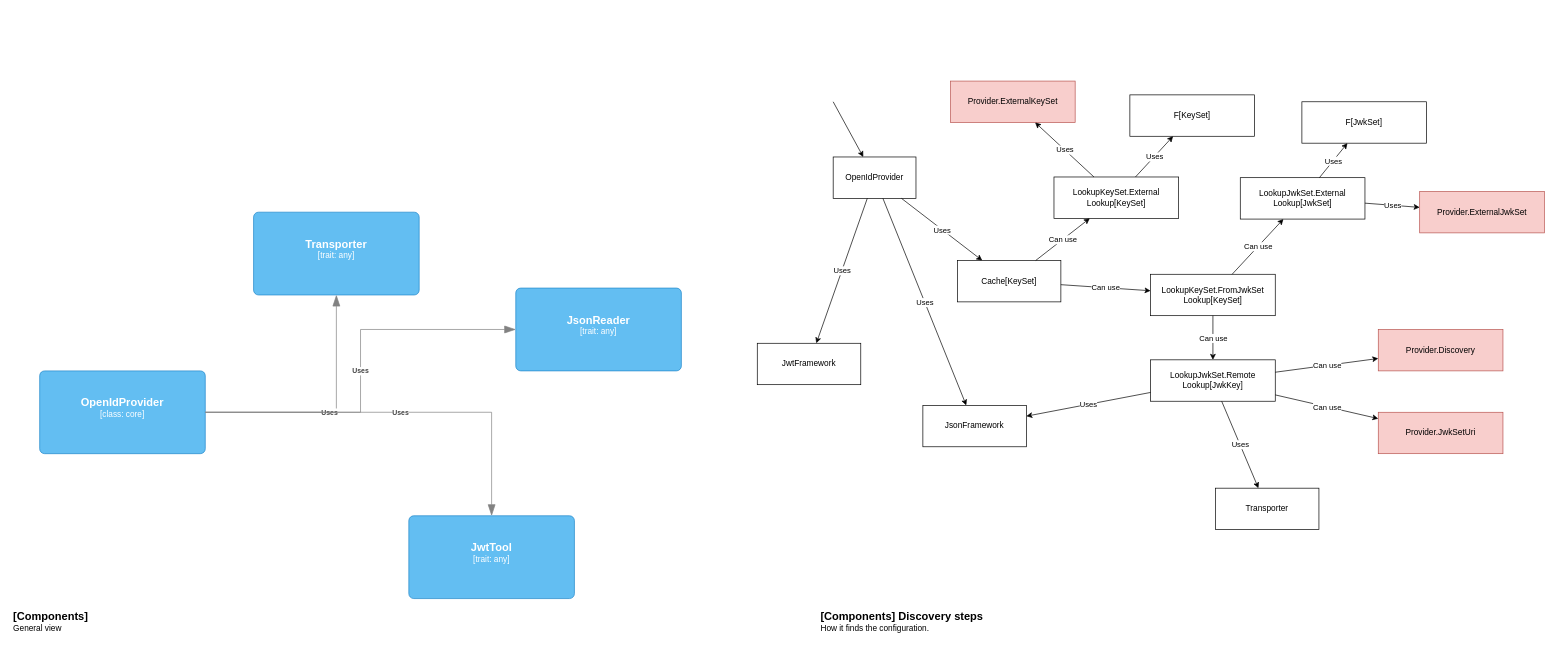
Above: doc.drawio in estrondo/moidc4s (draw.io), before the change. Source tidied: cells renumbered, new cells numbered last; positions are measured from the earlier drawing's top-left corner, leaving out a move shared by most shapes. Both pictures are drawn from the tidied source at 69%, with x=0, y=0 at pixel (12, 81).
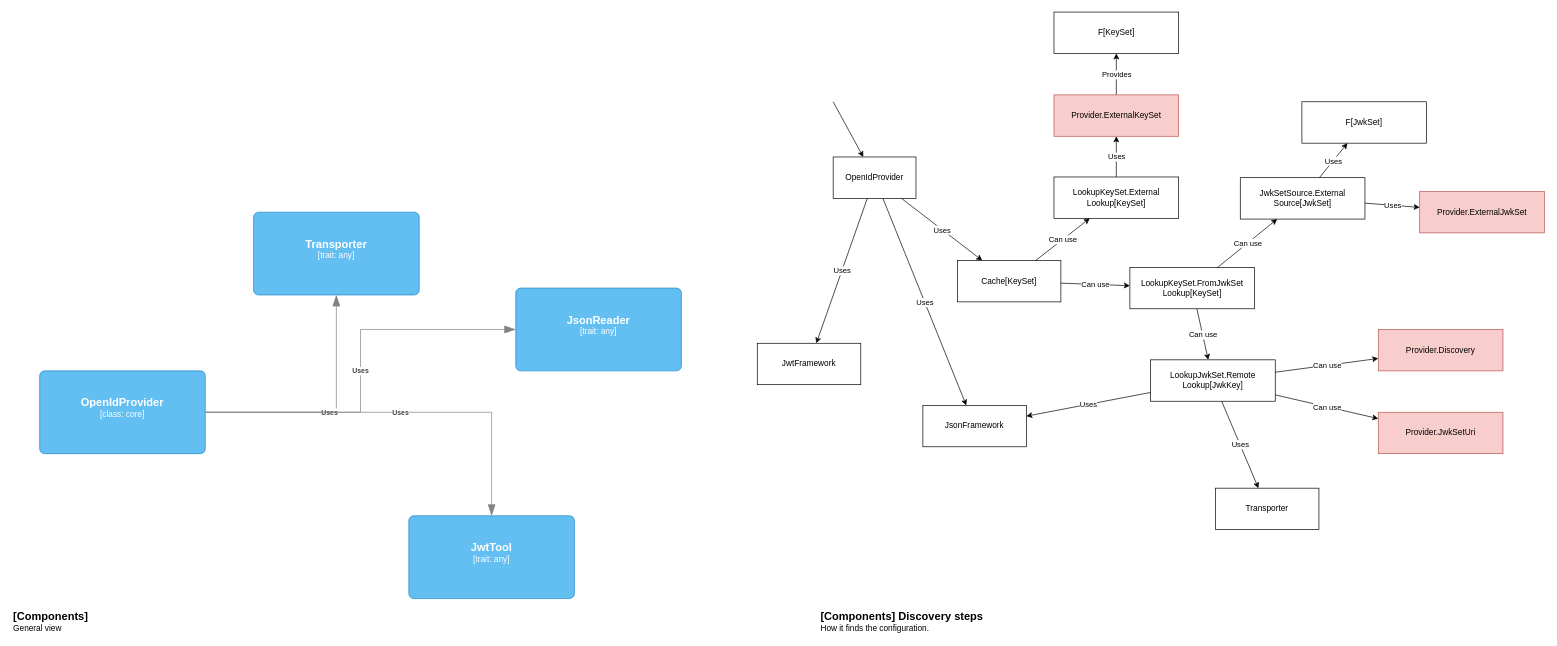
The same page after the edit.

Unchanged cells that the change refers to:
```xml
<mxCell id="37" value="LookupKeySet.External&lt;br&gt;Lookup[KeySet]" style="rounded=0;whiteSpace=wrap;html=1;" parent="1" vertex="1">
  <mxGeometry x="1510" y="139" width="180.7" height="60" as="geometry" />
</mxCell>
```

What changed in the source:
```diff
@@
     <mxCell id="21" value="LookupKeySet.FromJwkSet&lt;br&gt;Lookup[KeySet]" style="rounded=0;whiteSpace=wrap;html=1;" parent="1" vertex="1">
-      <mxGeometry x="1650" y="280" width="180.7" height="60" as="geometry" />
+      <mxGeometry x="1620" y="270" width="180.7" height="60" as="geometry" />
     </mxCell>
@@
-    <mxCell id="27" value="LookupJwkSet.External&lt;br&gt;Lookup[JwkSet]" style="rounded=0;whiteSpace=wrap;html=1;" parent="1" vertex="1">
+    <mxCell id="27" value="JwkSetSource.External&lt;br&gt;Source[JwkSet]" style="rounded=0;whiteSpace=wrap;html=1;" parent="1" vertex="1">
       <mxGeometry x="1780" y="140" width="180.7" height="60" as="geometry" />
     </mxCell>
@@
     <mxCell id="40" value="F[KeySet]" style="rounded=0;whiteSpace=wrap;html=1;" parent="1" vertex="1">
-      <mxGeometry x="1620" y="20" width="180.7" height="60" as="geometry" />
+      <mxGeometry x="1510" y="-100" width="180.7" height="60" as="geometry" />
     </mxCell>
-    <mxCell id="41" style="endArrow=classic;html=1;rounded=0;" parent="1" edge="1" source="37" target="40">
+    <mxCell id="41" style="endArrow=classic;html=1;rounded=0;" parent="1" edge="1" source="52" target="40">
       <mxGeometry relative="1" as="geometry" />
     </mxCell>
-    <mxCell id="42" value="Uses" style="edgeLabel;html=1;align=center;verticalAlign=middle;" parent="41" vertex="1">
+    <mxCell id="42" value="Provides" style="edgeLabel;html=1;align=center;verticalAlign=middle;" parent="41" vertex="1">
       <mxGeometry relative="1" as="geometry" />
     </mxCell>
@@
     <mxCell id="52" value="Provider.ExternalKeySet" style="rounded=0;whiteSpace=wrap;html=1;fillColor=#f8cecc;strokeColor=#b85450;" parent="1" vertex="1">
-      <mxGeometry x="1360" width="180.7" height="60" as="geometry" />
+      <mxGeometry x="1510" y="20" width="180.7" height="60" as="geometry" />
     </mxCell>
```
